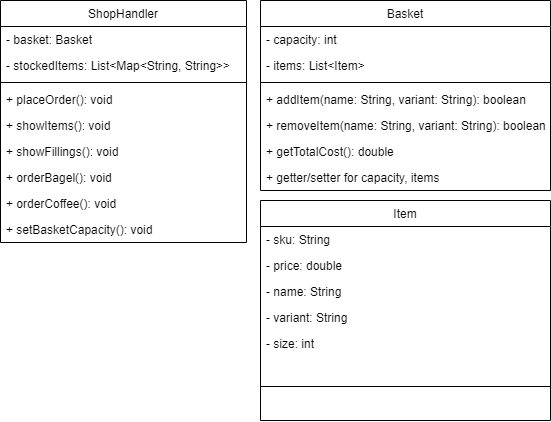
This is class_diagram.png from boolean-uk/java-tdd-oop-bobs-bagels, a draw.io export, as it was before one commit. Source tidied: cells renumbered, new cells last; positions are measured from the earlier drawing's top-left corner, leaving out a move shared by most shapes. Source of this version:
```xml
<mxGraphModel>
  <root>
    <mxCell id="0" />
    <mxCell id="1" parent="0" />
    <mxCell id="2" value="Basket" style="swimlane;fontStyle=0;align=center;verticalAlign=top;horizontal=1;startSize=26;rounded=0;shadow=0;strokeWidth=1;" parent="1" vertex="1">
      <mxGeometry x="260" width="290" height="190" as="geometry" />
    </mxCell>
    <mxCell id="3" value="- capacity: int" style="text;align=left;verticalAlign=top;spacingLeft=4;spacingRight=4;overflow=hidden;" parent="2" vertex="1">
      <mxGeometry y="26" width="290" height="26" as="geometry" />
    </mxCell>
    <mxCell id="4" value="- items: List&lt;Item&gt;" style="text;align=left;verticalAlign=top;spacingLeft=4;spacingRight=4;overflow=hidden;fontStyle=0;" parent="2" vertex="1">
      <mxGeometry y="52" width="290" height="26" as="geometry" />
    </mxCell>
    <mxCell id="5" style="line;html=1;strokeWidth=1;align=left;verticalAlign=middle;spacingTop=-1;spacingLeft=3;spacingRight=3;labelPosition=right;" parent="2" vertex="1">
      <mxGeometry y="78" width="290" height="8" as="geometry" />
    </mxCell>
    <mxCell id="6" value="+ addItem(name: String, variant: String): boolean" style="text;align=left;verticalAlign=top;spacingLeft=4;spacingRight=4;overflow=hidden;" parent="2" vertex="1">
      <mxGeometry y="86" width="290" height="26" as="geometry" />
    </mxCell>
    <mxCell id="7" value="+ removeItem(name: String, variant: String): boolean" style="text;align=left;verticalAlign=top;spacingLeft=4;spacingRight=4;overflow=hidden;" parent="2" vertex="1">
      <mxGeometry y="112" width="290" height="26" as="geometry" />
    </mxCell>
    <mxCell id="8" value="+ getTotalCost(): double" style="text;align=left;verticalAlign=top;spacingLeft=4;spacingRight=4;overflow=hidden;" parent="2" vertex="1">
      <mxGeometry y="138" width="290" height="26" as="geometry" />
    </mxCell>
    <mxCell id="9" value="+ getter/setter for capacity, items" style="text;align=left;verticalAlign=top;spacingLeft=4;spacingRight=4;overflow=hidden;fontStyle=0;" parent="2" vertex="1">
      <mxGeometry y="164" width="290" height="26" as="geometry" />
    </mxCell>
    <mxCell id="10" value="Item" style="swimlane;fontStyle=0;align=center;verticalAlign=top;horizontal=1;startSize=26;rounded=0;shadow=0;strokeWidth=1;" parent="1" vertex="1">
      <mxGeometry x="260" y="200" width="290" height="220" as="geometry" />
    </mxCell>
    <mxCell id="11" value="- sku: String" style="text;align=left;verticalAlign=top;spacingLeft=4;spacingRight=4;overflow=hidden;fontStyle=0;" parent="10" vertex="1">
      <mxGeometry y="26" width="290" height="26" as="geometry" />
    </mxCell>
    <mxCell id="12" value="- price: double" style="text;align=left;verticalAlign=top;spacingLeft=4;spacingRight=4;overflow=hidden;fontStyle=0;" parent="10" vertex="1">
      <mxGeometry y="52" width="290" height="26" as="geometry" />
    </mxCell>
    <mxCell id="13" value="- name: String" style="text;align=left;verticalAlign=top;spacingLeft=4;spacingRight=4;overflow=hidden;fontStyle=0;" parent="10" vertex="1">
      <mxGeometry y="78" width="290" height="26" as="geometry" />
    </mxCell>
    <mxCell id="14" value="- variant: String" style="text;align=left;verticalAlign=top;spacingLeft=4;spacingRight=4;overflow=hidden;fontStyle=0;" parent="10" vertex="1">
      <mxGeometry y="104" width="290" height="26" as="geometry" />
    </mxCell>
    <mxCell id="15" value="- size: int" style="text;align=left;verticalAlign=top;spacingLeft=4;spacingRight=4;overflow=hidden;fontStyle=0;" parent="10" vertex="1">
      <mxGeometry y="130" width="290" height="26" as="geometry" />
    </mxCell>
    <mxCell id="16" style="line;html=1;strokeWidth=1;align=left;verticalAlign=middle;spacingTop=-1;spacingLeft=3;spacingRight=3;labelPosition=right;" parent="10" vertex="1">
      <mxGeometry y="156" width="290" height="60" as="geometry" />
    </mxCell>
    <mxCell id="17" value="ShopHandler" style="swimlane;fontStyle=0;align=center;verticalAlign=top;horizontal=1;startSize=26;rounded=0;shadow=0;strokeWidth=1;" parent="1" vertex="1">
      <mxGeometry width="246" height="242" as="geometry" />
    </mxCell>
    <mxCell id="18" value="- basket: Basket" style="text;align=left;verticalAlign=top;spacingLeft=4;spacingRight=4;overflow=hidden;" parent="17" vertex="1">
      <mxGeometry y="26" width="246" height="26" as="geometry" />
    </mxCell>
    <mxCell id="19" value="- stockedItems: List&lt;Map&lt;String, String&gt;&gt;" style="text;align=left;verticalAlign=top;spacingLeft=4;spacingRight=4;overflow=hidden;fontStyle=0;" parent="17" vertex="1">
      <mxGeometry y="52" width="246" height="26" as="geometry" />
    </mxCell>
    <mxCell id="20" style="line;html=1;strokeWidth=1;align=left;verticalAlign=middle;spacingTop=-1;spacingLeft=3;spacingRight=3;labelPosition=right;" parent="17" vertex="1">
      <mxGeometry y="78" width="246" height="8" as="geometry" />
    </mxCell>
    <mxCell id="21" value="+ placeOrder(): void" style="text;align=left;verticalAlign=top;spacingLeft=4;spacingRight=4;overflow=hidden;" parent="17" vertex="1">
      <mxGeometry y="86" width="246" height="26" as="geometry" />
    </mxCell>
    <mxCell id="22" value="+ showItems(): void" style="text;align=left;verticalAlign=top;spacingLeft=4;spacingRight=4;overflow=hidden;" parent="17" vertex="1">
      <mxGeometry y="112" width="246" height="26" as="geometry" />
    </mxCell>
    <mxCell id="23" value="+ showFillings(): void" style="text;align=left;verticalAlign=top;spacingLeft=4;spacingRight=4;overflow=hidden;" parent="17" vertex="1">
      <mxGeometry y="138" width="246" height="26" as="geometry" />
    </mxCell>
    <mxCell id="24" value="+ orderBagel(): void" style="text;align=left;verticalAlign=top;spacingLeft=4;spacingRight=4;overflow=hidden;" parent="17" vertex="1">
      <mxGeometry y="164" width="246" height="26" as="geometry" />
    </mxCell>
    <mxCell id="25" value="+ orderCoffee(): void" style="text;align=left;verticalAlign=top;spacingLeft=4;spacingRight=4;overflow=hidden;" parent="17" vertex="1">
      <mxGeometry y="190" width="246" height="26" as="geometry" />
    </mxCell>
    <mxCell id="26" value="+ setBasketCapacity(): void" style="text;align=left;verticalAlign=top;spacingLeft=4;spacingRight=4;overflow=hidden;" parent="17" vertex="1">
      <mxGeometry y="216" width="246" height="26" as="geometry" />
    </mxCell>
  </root>
</mxGraphModel>
```
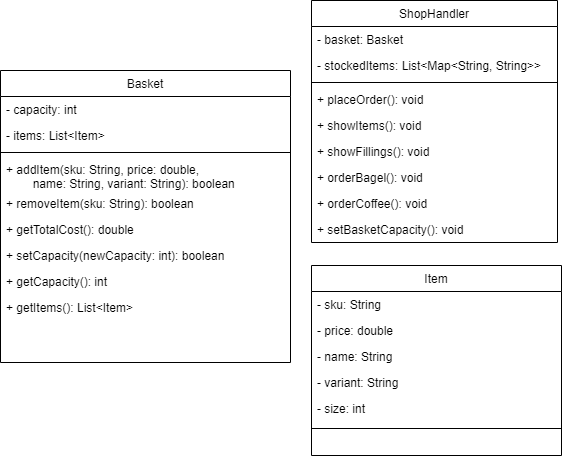
Later version of the same file.

Commit message:
Update class diagram and domain model to reflect code

The edit, as a diff of the source:
```diff
@@ -3,7 +3,7 @@
     <mxCell id="0" />
     <mxCell id="1" parent="0" />
     <mxCell id="2" value="Basket" style="swimlane;fontStyle=0;align=center;verticalAlign=top;horizontal=1;startSize=26;rounded=0;shadow=0;strokeWidth=1;" parent="1" vertex="1">
-      <mxGeometry x="260" width="290" height="190" as="geometry" />
+      <mxGeometry x="-50" y="100" width="290" height="292" as="geometry" />
     </mxCell>
     <mxCell id="3" value="- capacity: int" style="text;align=left;verticalAlign=top;spacingLeft=4;spacingRight=4;overflow=hidden;" parent="2" vertex="1">
       <mxGeometry y="26" width="290" height="26" as="geometry" />
@@ -14,41 +14,47 @@
     <mxCell id="5" style="line;html=1;strokeWidth=1;align=left;verticalAlign=middle;spacingTop=-1;spacingLeft=3;spacingRight=3;labelPosition=right;" parent="2" vertex="1">
       <mxGeometry y="78" width="290" height="8" as="geometry" />
     </mxCell>
-    <mxCell id="6" value="+ addItem(name: String, variant: String): boolean" style="text;align=left;verticalAlign=top;spacingLeft=4;spacingRight=4;overflow=hidden;" parent="2" vertex="1">
-      <mxGeometry y="86" width="290" height="26" as="geometry" />
+    <mxCell id="6" value="+ addItem(sku: String, price: double,&#10;        name: String, variant: String): boolean" style="text;align=left;verticalAlign=top;spacingLeft=4;spacingRight=4;overflow=hidden;" parent="2" vertex="1">
+      <mxGeometry y="86" width="290" height="34" as="geometry" />
     </mxCell>
-    <mxCell id="7" value="+ removeItem(name: String, variant: String): boolean" style="text;align=left;verticalAlign=top;spacingLeft=4;spacingRight=4;overflow=hidden;" parent="2" vertex="1">
-      <mxGeometry y="112" width="290" height="26" as="geometry" />
+    <mxCell id="7" value="+ removeItem(sku: String): boolean" style="text;align=left;verticalAlign=top;spacingLeft=4;spacingRight=4;overflow=hidden;" parent="2" vertex="1">
+      <mxGeometry y="120" width="290" height="26" as="geometry" />
     </mxCell>
     <mxCell id="8" value="+ getTotalCost(): double" style="text;align=left;verticalAlign=top;spacingLeft=4;spacingRight=4;overflow=hidden;" parent="2" vertex="1">
-      <mxGeometry y="138" width="290" height="26" as="geometry" />
+      <mxGeometry y="146" width="290" height="26" as="geometry" />
     </mxCell>
+    <mxCell id="27" value="+ setCapacity(newCapacity: int): boolean" style="text;align=left;verticalAlign=top;spacingLeft=4;spacingRight=4;overflow=hidden;fontStyle=0;" parent="2" vertex="1">
+      <mxGeometry y="172" width="290" height="26" as="geometry" />
+    </mxCell>
-    <mxCell id="9" value="+ getter/setter for capacity, items" style="text;align=left;verticalAlign=top;spacingLeft=4;spacingRight=4;overflow=hidden;fontStyle=0;" parent="2" vertex="1">
-      <mxGeometry y="164" width="290" height="26" as="geometry" />
+    <mxCell id="9" value="+ getCapacity(): int" style="text;align=left;verticalAlign=top;spacingLeft=4;spacingRight=4;overflow=hidden;fontStyle=0;" parent="2" vertex="1">
+      <mxGeometry y="198" width="290" height="26" as="geometry" />
     </mxCell>
+    <mxCell id="28" value="+ getItems(): List&lt;Item&gt;" style="text;align=left;verticalAlign=top;spacingLeft=4;spacingRight=4;overflow=hidden;fontStyle=0;" parent="2" vertex="1">
+      <mxGeometry y="224" width="290" height="26" as="geometry" />
+    </mxCell>
     <mxCell id="10" value="Item" style="swimlane;fontStyle=0;align=center;verticalAlign=top;horizontal=1;startSize=26;rounded=0;shadow=0;strokeWidth=1;" parent="1" vertex="1">
-      <mxGeometry x="260" y="200" width="290" height="220" as="geometry" />
+      <mxGeometry x="261" y="295" width="250" height="190" as="geometry" />
     </mxCell>
     <mxCell id="11" value="- sku: String" style="text;align=left;verticalAlign=top;spacingLeft=4;spacingRight=4;overflow=hidden;fontStyle=0;" parent="10" vertex="1">
-      <mxGeometry y="26" width="290" height="26" as="geometry" />
+      <mxGeometry y="26" width="250" height="26" as="geometry" />
     </mxCell>
     <mxCell id="12" value="- price: double" style="text;align=left;verticalAlign=top;spacingLeft=4;spacingRight=4;overflow=hidden;fontStyle=0;" parent="10" vertex="1">
-      <mxGeometry y="52" width="290" height="26" as="geometry" />
+      <mxGeometry y="52" width="250" height="26" as="geometry" />
     </mxCell>
     <mxCell id="13" value="- name: String" style="text;align=left;verticalAlign=top;spacingLeft=4;spacingRight=4;overflow=hidden;fontStyle=0;" parent="10" vertex="1">
-      <mxGeometry y="78" width="290" height="26" as="geometry" />
+      <mxGeometry y="78" width="250" height="26" as="geometry" />
     </mxCell>
     <mxCell id="14" value="- variant: String" style="text;align=left;verticalAlign=top;spacingLeft=4;spacingRight=4;overflow=hidden;fontStyle=0;" parent="10" vertex="1">
-      <mxGeometry y="104" width="290" height="26" as="geometry" />
+      <mxGeometry y="104" width="250" height="26" as="geometry" />
     </mxCell>
     <mxCell id="15" value="- size: int" style="text;align=left;verticalAlign=top;spacingLeft=4;spacingRight=4;overflow=hidden;fontStyle=0;" parent="10" vertex="1">
-      <mxGeometry y="130" width="290" height="26" as="geometry" />
+      <mxGeometry y="130" width="250" height="26" as="geometry" />
     </mxCell>
     <mxCell id="16" style="line;html=1;strokeWidth=1;align=left;verticalAlign=middle;spacingTop=-1;spacingLeft=3;spacingRight=3;labelPosition=right;" parent="10" vertex="1">
-      <mxGeometry y="156" width="290" height="60" as="geometry" />
+      <mxGeometry y="156" width="250" height="14" as="geometry" />
     </mxCell>
     <mxCell id="17" value="ShopHandler" style="swimlane;fontStyle=0;align=center;verticalAlign=top;horizontal=1;startSize=26;rounded=0;shadow=0;strokeWidth=1;" parent="1" vertex="1">
-      <mxGeometry width="246" height="242" as="geometry" />
+      <mxGeometry x="261" y="30" width="246" height="242" as="geometry" />
     </mxCell>
     <mxCell id="18" value="- basket: Basket" style="text;align=left;verticalAlign=top;spacingLeft=4;spacingRight=4;overflow=hidden;" parent="17" vertex="1">
       <mxGeometry y="26" width="246" height="26" as="geometry" />
```
